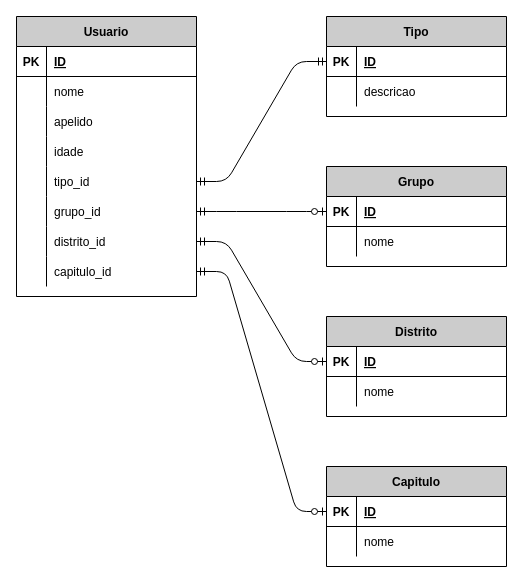
This is sgi potugal extranet.drawio from marciojusto/extranet, a draw.io file, before an edit. Source tidied: cells renumbered, new cells numbered last; positions are measured from the earlier drawing's top-left corner, leaving out a move shared by most shapes. Both pictures are drawn from the tidied source at 100%, with x=0, y=0 at pixel (16, 16).
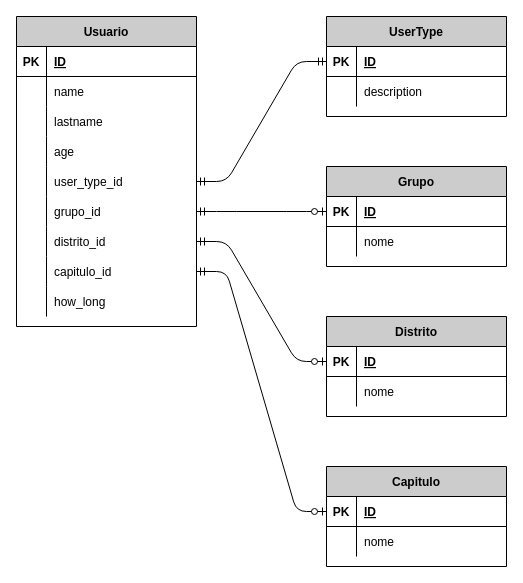
The same diagram, later.

Commit message:
Add how_long field and change some tables to english

Unchanged cells that the change refers to:
```xml
<mxCell id="6" style="shape=partialRectangle;fillColor=none;top=0;left=0;bottom=0;right=0;" parent="2" vertex="1">
  <mxGeometry y="60" width="180" height="30" as="geometry" />
</mxCell>
<mxCell id="9" style="shape=partialRectangle;fillColor=none;top=0;left=0;bottom=0;right=0;" parent="2" vertex="1">
  <mxGeometry y="90" width="180" height="30" as="geometry" />
</mxCell>
<mxCell id="12" style="shape=partialRectangle;fillColor=none;top=0;left=0;bottom=0;right=0;" parent="2" vertex="1">
  <mxGeometry y="120" width="180" height="30" as="geometry" />
</mxCell>
<mxCell id="15" style="shape=partialRectangle;fillColor=none;top=0;left=0;bottom=0;right=0;points=[[0,0.5],[1,0.5]];portConstraint=eastwest;" parent="2" vertex="1">
  <mxGeometry y="150" width="180" height="30" as="geometry" />
</mxCell>
<mxCell id="31" style="shape=partialRectangle;fillColor=none;top=0;left=0;bottom=0;right=0;" parent="27" vertex="1">
  <mxGeometry y="60" width="180" height="30" as="geometry" />
</mxCell>
```

Diff of the diagram source:
```diff
@@
     <mxCell id="2" value="Usuario" style="shape=table;startSize=30;childLayout=tableLayout;rowLines=0;fontStyle=1;align=center;fillColor=#CCCCCC;" parent="1" vertex="1">
-      <mxGeometry width="180" height="280" as="geometry" />
+      <mxGeometry width="180" height="310" as="geometry" />
     </mxCell>
@@
-    <mxCell id="8" value="nome" style="shape=partialRectangle;fillColor=none;top=0;left=0;bottom=0;right=0;align=left;spacingLeft=6;overflow=hidden;" parent="6" vertex="1">
+    <mxCell id="8" value="name" style="shape=partialRectangle;fillColor=none;top=0;left=0;bottom=0;right=0;align=left;spacingLeft=6;overflow=hidden;" parent="6" vertex="1">
       <mxGeometry x="30" width="150" height="30" as="geometry" />
     </mxCell>
@@
-    <mxCell id="11" value="apelido" style="shape=partialRectangle;fillColor=none;top=0;left=0;bottom=0;right=0;align=left;spacingLeft=6;overflow=hidden;" parent="9" vertex="1">
+    <mxCell id="11" value="lastname" style="shape=partialRectangle;fillColor=none;top=0;left=0;bottom=0;right=0;align=left;spacingLeft=6;overflow=hidden;" parent="9" vertex="1">
       <mxGeometry x="30" width="150" height="30" as="geometry" />
     </mxCell>
@@
-    <mxCell id="14" value="idade" style="shape=partialRectangle;fillColor=none;top=0;left=0;bottom=0;right=0;align=left;spacingLeft=6;overflow=hidden;" parent="12" vertex="1">
+    <mxCell id="14" value="age" style="shape=partialRectangle;fillColor=none;top=0;left=0;bottom=0;right=0;align=left;spacingLeft=6;overflow=hidden;" parent="12" vertex="1">
       <mxGeometry x="30" width="150" height="30" as="geometry" />
     </mxCell>
@@
-    <mxCell id="17" value="tipo_id" style="shape=partialRectangle;fillColor=none;top=0;left=0;bottom=0;right=0;align=left;spacingLeft=6;overflow=hidden;" parent="15" vertex="1">
+    <mxCell id="17" value="user_type_id" style="shape=partialRectangle;fillColor=none;top=0;left=0;bottom=0;right=0;align=left;spacingLeft=6;overflow=hidden;" parent="15" vertex="1">
       <mxGeometry x="30" width="150" height="30" as="geometry" />
     </mxCell>
@@
+    <mxCell id="59" style="shape=partialRectangle;fillColor=none;top=0;left=0;bottom=0;right=0;" parent="2" vertex="1">
+      <mxGeometry y="270" width="180" height="30" as="geometry" />
+    </mxCell>
+    <mxCell id="60" style="shape=partialRectangle;fillColor=none;top=0;left=0;bottom=0;right=0;overflow=hidden;" parent="59" vertex="1">
+      <mxGeometry width="30" height="30" as="geometry" />
+    </mxCell>
+    <mxCell id="61" value="how_long" style="shape=partialRectangle;fillColor=none;top=0;left=0;bottom=0;right=0;align=left;spacingLeft=6;overflow=hidden;" parent="59" vertex="1">
+      <mxGeometry x="30" width="150" height="30" as="geometry" />
+    </mxCell>
-    <mxCell id="27" value="Tipo" style="shape=table;startSize=30;childLayout=tableLayout;rowLines=0;fontStyle=1;align=center;fillColor=#CCCCCC;" parent="1" vertex="1">
+    <mxCell id="27" value="UserType" style="shape=table;startSize=30;childLayout=tableLayout;rowLines=0;fontStyle=1;align=center;fillColor=#CCCCCC;" parent="1" vertex="1">
       <mxGeometry x="310" width="180" height="100" as="geometry" />
     </mxCell>
@@
-    <mxCell id="33" value="descricao" style="shape=partialRectangle;fillColor=none;top=0;left=0;bottom=0;right=0;align=left;spacingLeft=6;overflow=hidden;" parent="31" vertex="1">
+    <mxCell id="33" value="description" style="shape=partialRectangle;fillColor=none;top=0;left=0;bottom=0;right=0;align=left;spacingLeft=6;overflow=hidden;" parent="31" vertex="1">
       <mxGeometry x="30" width="150" height="30" as="geometry" />
     </mxCell>
```
